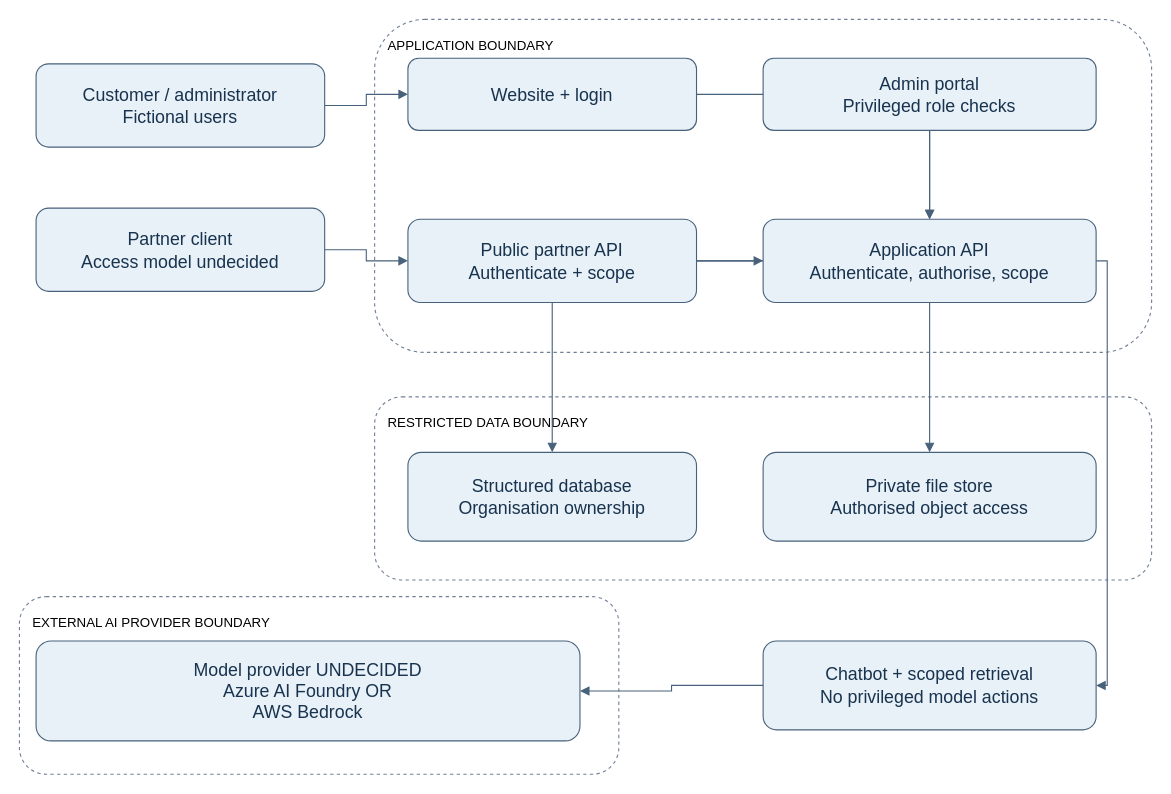
Before: docs/architecture.drawio in ApacheSBC/CitadelOperations42, a draw.io diagram. Source tidied: cells renumbered, new cells numbered last; positions are measured from the earlier drawing's top-left corner, leaving out a move shared by most shapes. Both pictures are drawn from the tidied source at 111%, with x=0, y=0 at pixel (19, 19).
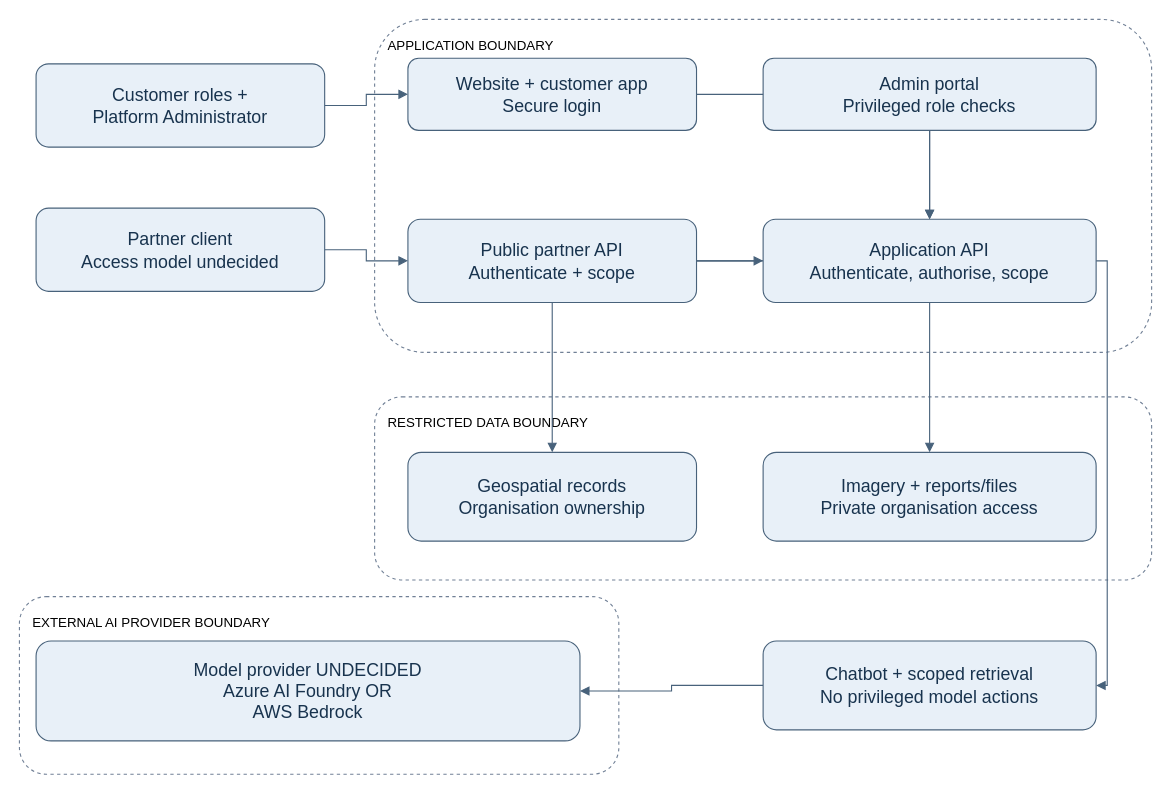
Above is the later version.

Commit message:
KAN-11 reconcile Company Summary

Diff of the diagram source:
```diff
@@
-    <mxCell id="14" value="Customer / administrator&#10;Fictional users" style="rounded=1;whiteSpace=wrap;html=0;fillColor=#e8f0f8;strokeColor=#48627b;fontColor=#18334e;fontSize=16;" parent="1" vertex="1">
+    <mxCell id="14" value="Customer roles +&#10;Platform Administrator" style="rounded=1;whiteSpace=wrap;html=0;fillColor=#e8f0f8;strokeColor=#48627b;fontColor=#18334e;fontSize=16;" parent="1" vertex="1">
       <mxGeometry x="15" y="40" width="260" height="75" as="geometry" />
     </mxCell>
@@
-    <mxCell id="16" value="Website + login" style="rounded=1;whiteSpace=wrap;html=0;fillColor=#e8f0f8;strokeColor=#48627b;fontColor=#18334e;fontSize=16;" parent="1" vertex="1">
+    <mxCell id="16" value="Website + customer app&#10;Secure login" style="rounded=1;whiteSpace=wrap;html=0;fillColor=#e8f0f8;strokeColor=#48627b;fontColor=#18334e;fontSize=16;" parent="1" vertex="1">
       <mxGeometry x="350" y="35" width="260" height="65" as="geometry" />
     </mxCell>
@@
-    <mxCell id="20" value="Structured database&#10;Organisation ownership" style="rounded=1;whiteSpace=wrap;html=0;fillColor=#e8f0f8;strokeColor=#48627b;fontColor=#18334e;fontSize=16;" parent="1" vertex="1">
+    <mxCell id="20" value="Geospatial records&#10;Organisation ownership" style="rounded=1;whiteSpace=wrap;html=0;fillColor=#e8f0f8;strokeColor=#48627b;fontColor=#18334e;fontSize=16;" parent="1" vertex="1">
       <mxGeometry x="350" y="390" width="260" height="80" as="geometry" />
     </mxCell>
-    <mxCell id="21" value="Private file store&#10;Authorised object access" style="rounded=1;whiteSpace=wrap;html=0;fillColor=#e8f0f8;strokeColor=#48627b;fontColor=#18334e;fontSize=16;" parent="1" vertex="1">
+    <mxCell id="21" value="Imagery + reports/files&#10;Private organisation access" style="rounded=1;whiteSpace=wrap;html=0;fillColor=#e8f0f8;strokeColor=#48627b;fontColor=#18334e;fontSize=16;" parent="1" vertex="1">
       <mxGeometry x="670" y="390" width="300" height="80" as="geometry" />
     </mxCell>
```
